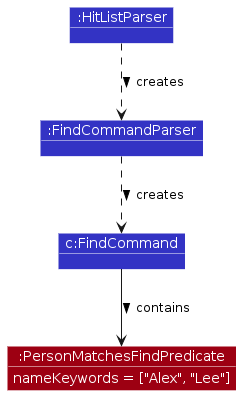
The PlantUML diagram diagrams/find-person/PersonFindParsing.png in AY2526S2-CS2103T-W11-2/tp, before a commit. Its source is kept beside it as diagrams/find-person/PersonFindParsing.puml.
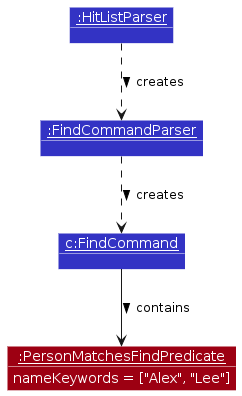
Later version of the same file.

What changed in the source:
```diff
@@ -10,10 +10,10 @@
 show objects
 show members
 
-object ":HitListParser" as HitListParser LOGIC_COLOR
-object ":FindCommandParser" as FindCommandParser LOGIC_COLOR
-object "c:FindCommand" as FindCommand LOGIC_COLOR
-object ":PersonMatchesFindPredicate" as PersonMatchesFindPredicate MODEL_COLOR
+object "<u>:HitListParser</u>" as HitListParser LOGIC_COLOR
+object "<u>:FindCommandParser</u>" as FindCommandParser LOGIC_COLOR
+object "<u>c:FindCommand</u>" as FindCommand LOGIC_COLOR
+object "<u>:PersonMatchesFindPredicate</u>" as PersonMatchesFindPredicate MODEL_COLOR
 
 HitListParser ..> FindCommandParser : creates >
 FindCommandParser ..> FindCommand : creates >
```
